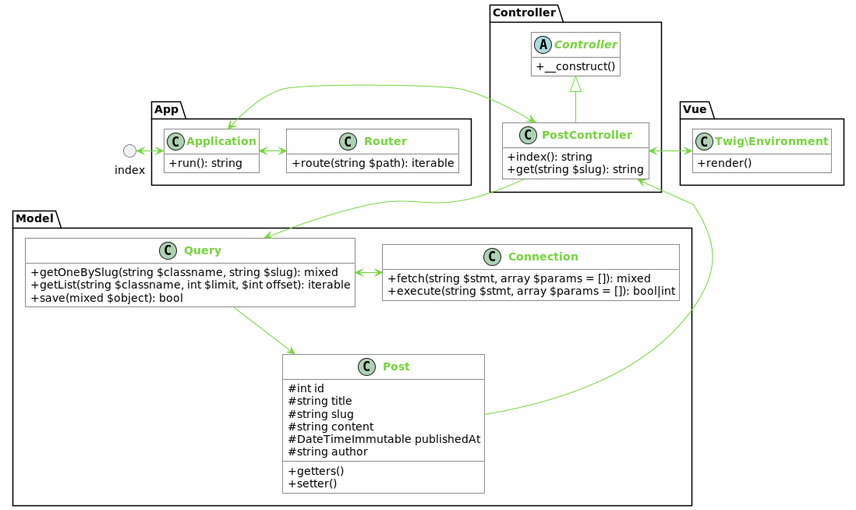
The PlantUML diagram uml/app.png in Tiriel/training-06-09-23, before a commit. The source it was exported from:
```plantuml
@startuml

skinparam RoundCorner 0
skinparam classFontColor 76d43e
skinparam classBackgroundColor fff
skinparam classFontStyle bold
skinparam classAttributeIconSize 0
skinparam ArrowColor 76d43e
hide empty members

circle index

namespace App {
    class Application {
        + run(): string
    }
    class Router {
        + route(string $path): iterable
    }
}

namespace Controller {
    abstract class Controller {
        + __construct()
    }
    class PostController extends Controller {
        + index(): string
        + get(string $slug): string
    }
}

namespace Model {
    class Post {
        # int id
        # string title
        # string slug
        # string content
        # DateTimeImmutable publishedAt
        # string author
        + getters()
        + setter()
    }
    class Query {
        + getOneBySlug(string $classname, string $slug): mixed
        + getList(string $classname, int $limit, $int offset): iterable
        + save(mixed $object): bool
    }
    class Connection {
        + fetch(string $stmt, array $params = []): mixed
        + execute(string $stmt, array $params = []): bool|int
    }
}

namespace Vue {
    class Twig\Environment {
        + render()
    }
}

index <-> Application
Application <-> Router
Application <-> PostController
PostController --> Query
Query <-> Connection
Query --> Post
Post --> PostController
PostController <-> Twig\Environment

@enduml
```
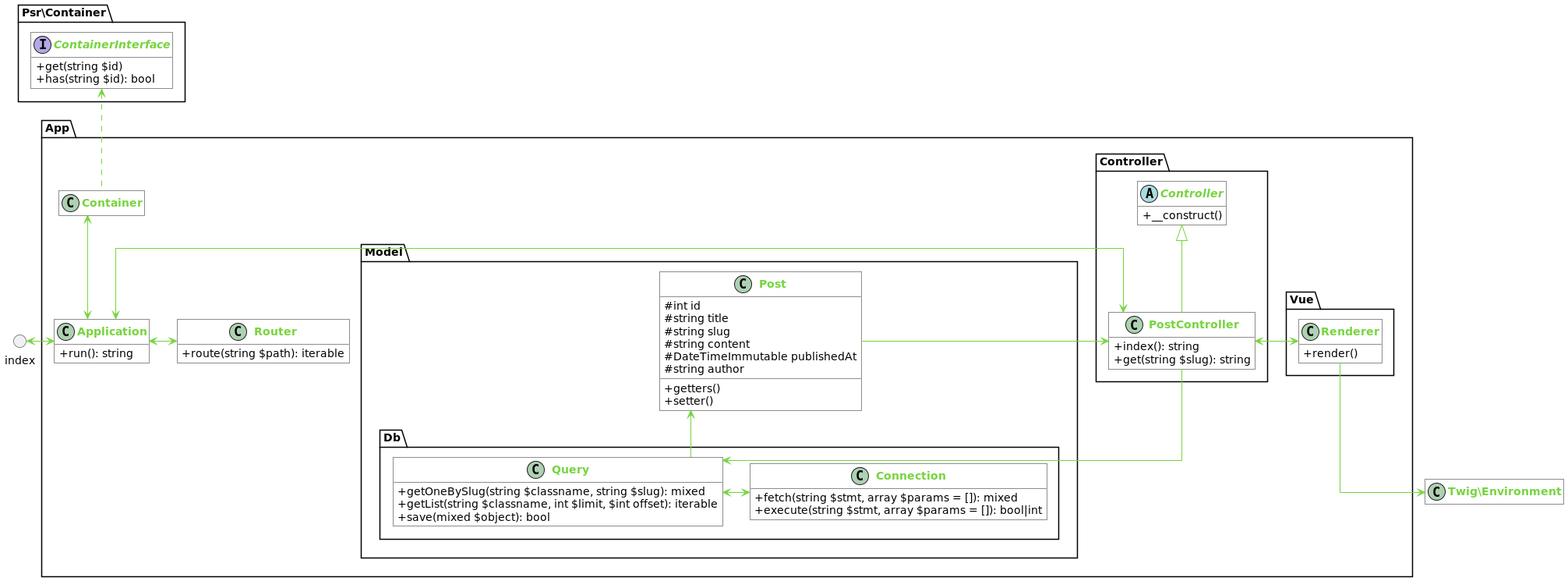
The same diagram one commit later.

What changed in the source:
```diff
@@ -6,6 +6,7 @@
 skinparam classFontStyle bold
 skinparam classAttributeIconSize 0
 skinparam ArrowColor 76d43e
+skinparam linetype ortho
 hide empty members
 
 circle index
@@ -17,53 +18,65 @@
     class Router {
         + route(string $path): iterable
     }
-}
+    class Container {}
 
-namespace Controller {
-    abstract class Controller {
-        + __construct()
+    namespace Controller {
+        abstract class Controller {
+            + __construct()
+        }
+        class PostController extends Controller {
+            + index(): string
+            + get(string $slug): string
+        }
     }
-    class PostController extends Controller {
-        + index(): string
-        + get(string $slug): string
+
+    namespace Model {
+        class Post {
+            # int id
+            # string title
+            # string slug
+            # string content
+            # DateTimeImmutable publishedAt
+            # string author
+            + getters()
+            + setter()
+        }
+        namespace Db {
+            class Query {
+                + getOneBySlug(string $classname, string $slug): mixed
+                + getList(string $classname, int $limit, $int offset): iterable
+                + save(mixed $object): bool
+            }
+            class Connection {
+                + fetch(string $stmt, array $params = []): mixed
+                + execute(string $stmt, array $params = []): bool|int
+            }
+        }
+    }
+    namespace Vue {
+        class Renderer {
+            + render()
+        }
     }
 }
 
-namespace Model {
-    class Post {
-        # int id
-        # string title
-        # string slug
-        # string content
-        # DateTimeImmutable publishedAt
-        # string author
-        + getters()
-        + setter()
-    }
-    class Query {
-        + getOneBySlug(string $classname, string $slug): mixed
-        + getList(string $classname, int $limit, $int offset): iterable
-        + save(mixed $object): bool
-    }
-    class Connection {
-        + fetch(string $stmt, array $params = []): mixed
-        + execute(string $stmt, array $params = []): bool|int
-    }
-}
-
-namespace Vue {
-    class Twig\Environment {
-        + render()
+namespace Psr\Container {
+    interface ContainerInterface {
+        + get(string $id)
+        + has(string $id): bool
     }
 }
 
 index <-> Application
 Application <-> Router
+Application <-up-> Container
+Container .up.> ContainerInterface
 Application <-> PostController
 PostController --> Query
 Query <-> Connection
-Query --> Post
+Query -up-> Post
 Post --> PostController
-PostController <-> Twig\Environment
+PostController <-> Renderer
+Renderer --> Twig\Environment
 
 @enduml
```
